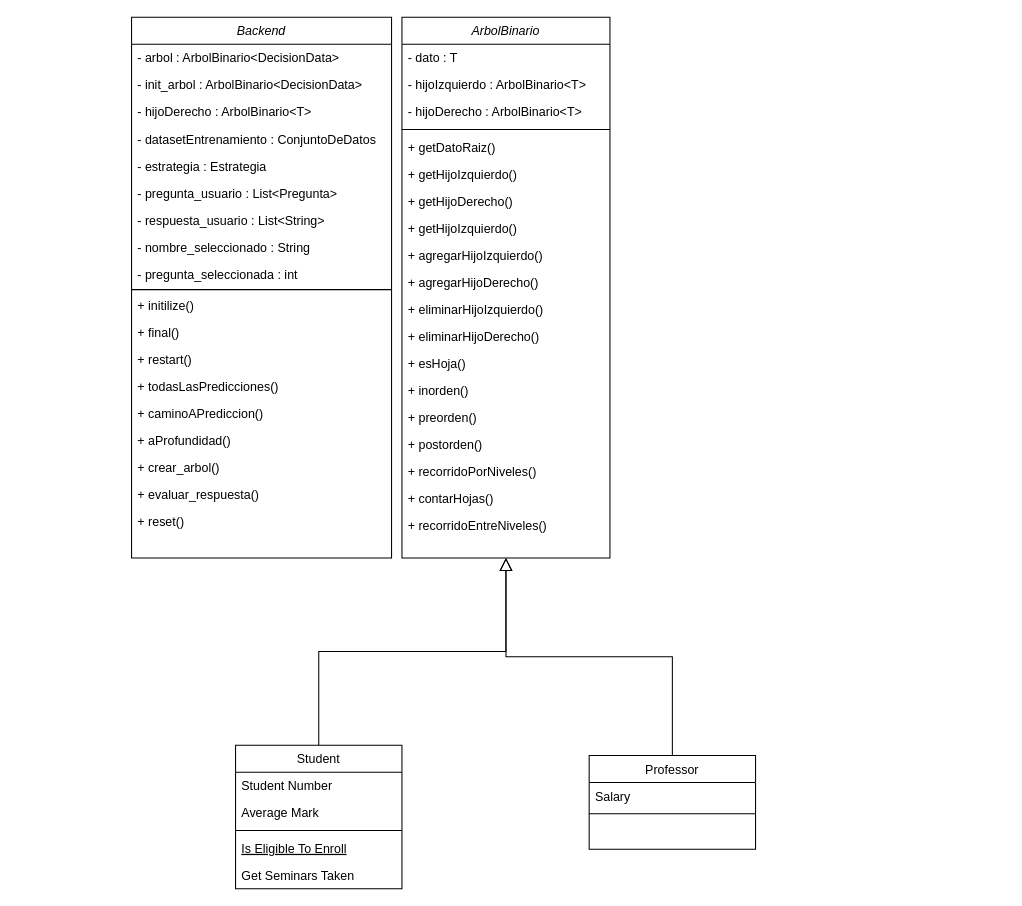
Above: TPF-WiW.drawio in Schl4nge-sudo/TPF-CTEA (draw.io), before the change. Source tidied: cells renumbered, new cells numbered last; positions are measured from the earlier drawing's top-left corner, leaving out a move shared by most shapes. Both pictures are drawn from the tidied source at 104%, with x=0, y=0 at pixel (131, 17).
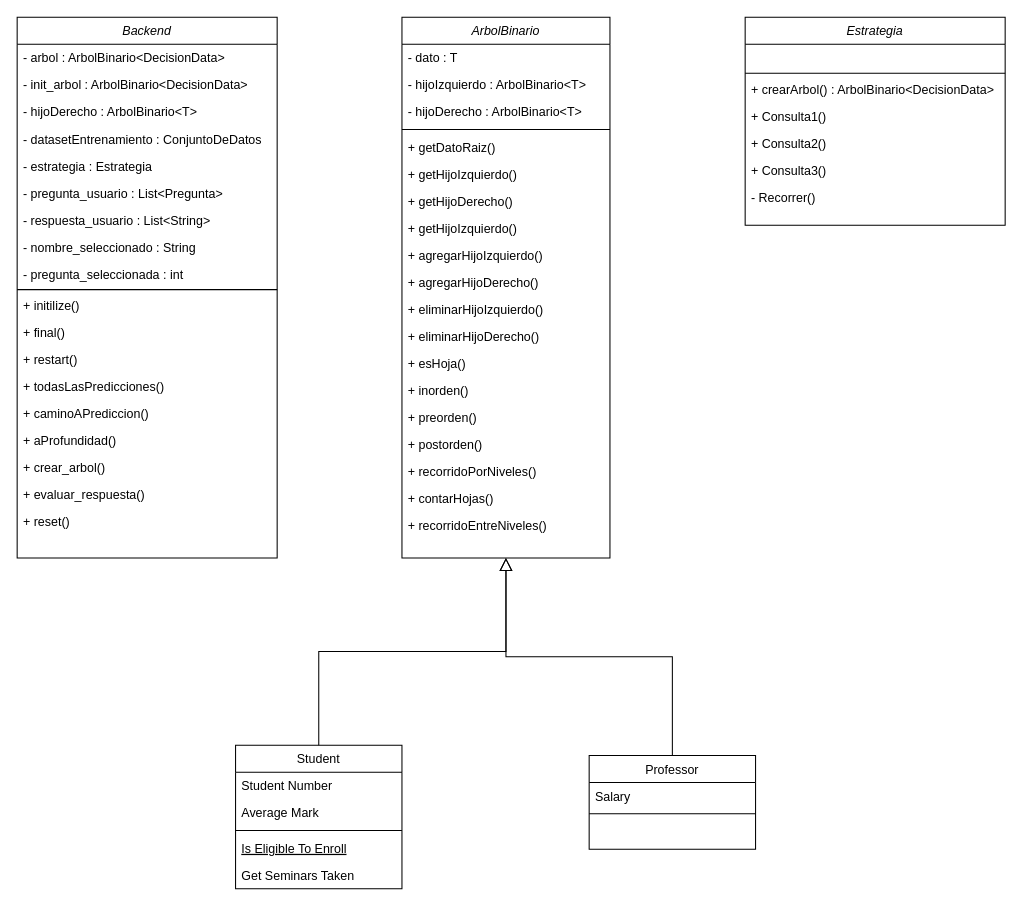
Above is the later version.

Commit message:
Agregada clase Estrategia

Change to the diagram source:
```diff
@@
     <mxCell id="33" value="Backend" style="swimlane;fontStyle=2;align=center;verticalAlign=top;horizontal=1;startSize=26;rounded=0;shadow=0;strokeWidth=1;" parent="1" vertex="1">
-      <mxGeometry width="250" height="520" as="geometry" />
+      <mxGeometry x="-110" width="250" height="520" as="geometry" />
     </mxCell>
@@
+    <mxCell id="53" value="Estrategia" style="swimlane;fontStyle=2;align=center;verticalAlign=top;horizontal=1;startSize=26;rounded=0;shadow=0;strokeWidth=1;" parent="1" vertex="1">
+      <mxGeometry x="590" width="250" height="200" as="geometry" />
+    </mxCell>
+    <mxCell id="54" value="  " style="text;align=left;verticalAlign=top;spacingLeft=4;spacingRight=4;overflow=hidden;" parent="53" vertex="1">
+      <mxGeometry y="26" width="250" height="26" as="geometry" />
+    </mxCell>
+    <mxCell id="55" style="line;html=1;strokeWidth=1;align=left;verticalAlign=middle;spacingTop=-1;spacingLeft=3;spacingRight=3;labelPosition=right;" parent="53" vertex="1">
+      <mxGeometry y="52" width="250" height="4" as="geometry" />
+    </mxCell>
+    <mxCell id="56" value="+ crearArbol() : ArbolBinario&lt;DecisionData&gt;" style="text;align=left;verticalAlign=top;spacingLeft=4;spacingRight=4;overflow=hidden;" parent="53" vertex="1">
+      <mxGeometry y="56" width="250" height="26" as="geometry" />
+    </mxCell>
+    <mxCell id="57" value="+ Consulta1()" style="text;align=left;verticalAlign=top;spacingLeft=4;spacingRight=4;overflow=hidden;" parent="53" vertex="1">
+      <mxGeometry y="82" width="250" height="26" as="geometry" />
+    </mxCell>
+    <mxCell id="58" value="+ Consulta2()" style="text;align=left;verticalAlign=top;spacingLeft=4;spacingRight=4;overflow=hidden;" parent="53" vertex="1">
+      <mxGeometry y="108" width="250" height="26" as="geometry" />
+    </mxCell>
+    <mxCell id="59" value="+ Consulta3()" style="text;align=left;verticalAlign=top;spacingLeft=4;spacingRight=4;overflow=hidden;" parent="53" vertex="1">
+      <mxGeometry y="134" width="250" height="26" as="geometry" />
+    </mxCell>
+    <mxCell id="60" value="- Recorrer()" style="text;align=left;verticalAlign=top;spacingLeft=4;spacingRight=4;overflow=hidden;" parent="53" vertex="1">
+      <mxGeometry y="160" width="250" height="26" as="geometry" />
+    </mxCell>
```
